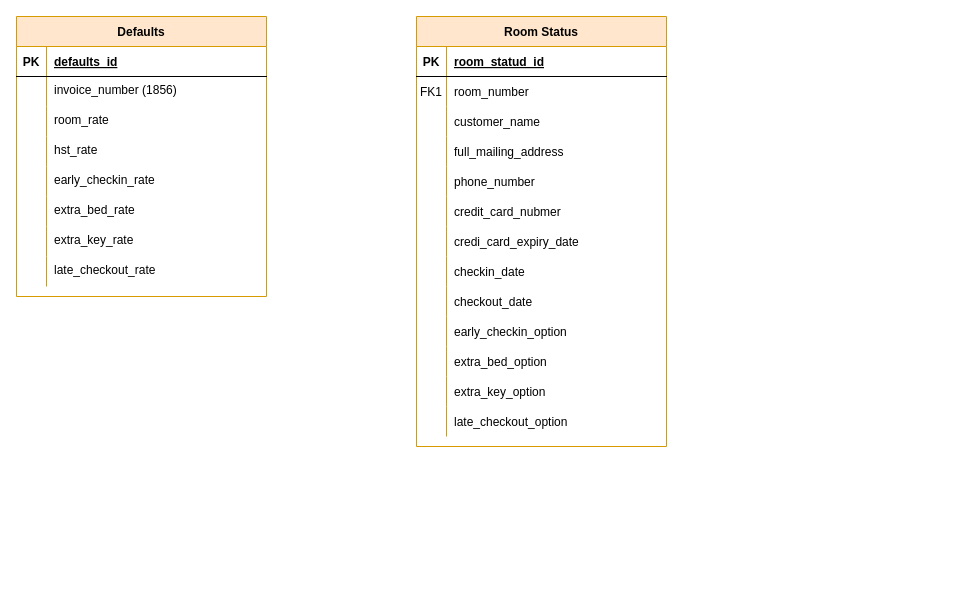
This is Untitled Diagram.drawio from Altrocore/QAP-4-FIles-DS, a draw.io file, before an edit. Source tidied: cells renumbered, new cells numbered last; positions are measured from the earlier drawing's top-left corner, leaving out a move shared by most shapes. Both pictures are drawn from the tidied source at 100%, with x=0, y=0 at pixel (16, 16).
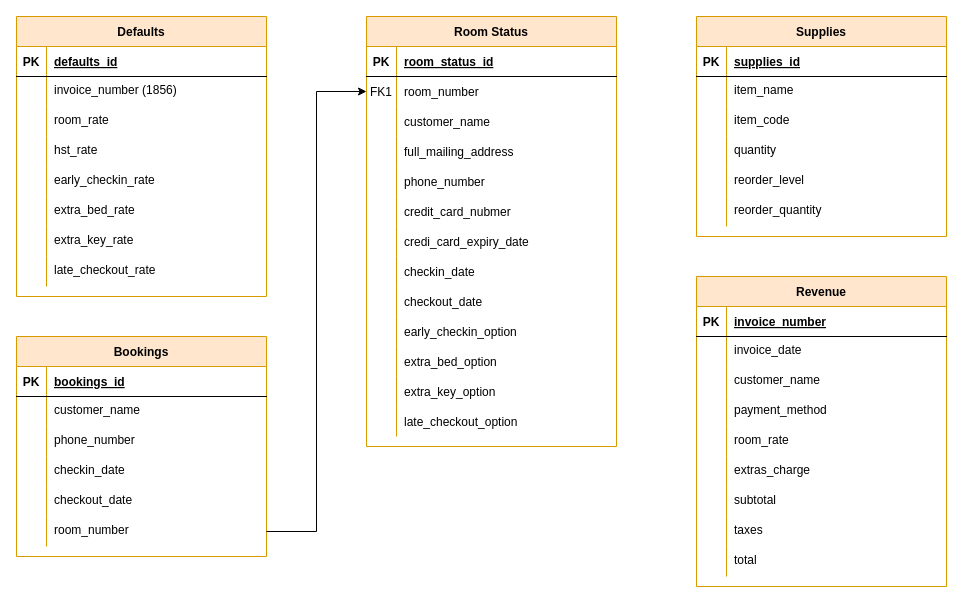
The same diagram, later.

The change refers to these unchanged cells:
```xml
<mxCell id="3" style="shape=partialRectangle;fillColor=none;top=0;left=0;right=0;bottom=1;" parent="2" vertex="1">
  <mxGeometry y="30" width="250" height="30" as="geometry" />
</mxCell>
<mxCell id="6" style="shape=partialRectangle;fillColor=none;points=[[0,0.5],[1,0.5]];portConstraint=eastwest;top=0;left=0;right=0;bottom=0;" parent="2" vertex="1">
  <mxGeometry y="60" width="250" height="30" as="geometry" />
</mxCell>
```

Change to the diagram source:
```diff
@@
     <mxCell id="2" value="Room Status" style="shape=table;startSize=30;childLayout=tableLayout;rowLines=0;fontStyle=1;align=center;fillColor=#ffe6cc;strokeColor=#d79b00;" parent="1" vertex="1">
-      <mxGeometry x="400" width="250" height="430" as="geometry" />
+      <mxGeometry x="350" width="250" height="430" as="geometry" />
     </mxCell>
@@
-    <mxCell id="5" value="room_statud_id" style="shape=partialRectangle;overflow=hidden;fillColor=none;top=0;left=0;bottom=0;right=0;align=left;spacingLeft=6;fontStyle=5;" parent="3" vertex="1">
+    <mxCell id="5" value="room_status_id" style="shape=partialRectangle;overflow=hidden;fillColor=none;top=0;left=0;bottom=0;right=0;align=left;spacingLeft=6;fontStyle=5;" parent="3" vertex="1">
       <mxGeometry x="30" width="220" height="30" as="geometry" />
     </mxCell>
@@
+    <mxCell id="67" value="Bookings" style="shape=table;startSize=30;childLayout=tableLayout;rowLines=0;fontStyle=1;align=center;fillColor=#ffe6cc;strokeColor=#d79b00;" parent="1" vertex="1">
+      <mxGeometry y="320" width="250" height="220" as="geometry" />
+    </mxCell>
+    <mxCell id="68" style="shape=partialRectangle;fillColor=none;top=0;left=0;right=0;bottom=1;" parent="67" vertex="1">
+      <mxGeometry y="30" width="250" height="30" as="geometry" />
+    </mxCell>
+    <mxCell id="69" value="PK" style="shape=partialRectangle;overflow=hidden;fillColor=none;top=0;left=0;bottom=0;right=0;fontStyle=1;" parent="68" vertex="1">
+      <mxGeometry width="30" height="30" as="geometry" />
+    </mxCell>
+    <mxCell id="70" value="bookings_id" style="shape=partialRectangle;overflow=hidden;fillColor=none;top=0;left=0;bottom=0;right=0;align=left;spacingLeft=6;fontStyle=5;" parent="68" vertex="1">
+      <mxGeometry x="30" width="220" height="30" as="geometry" />
+    </mxCell>
+    <mxCell id="71" style="shape=partialRectangle;fillColor=none;top=0;left=0;right=0;bottom=0;" parent="67" vertex="1">
+      <mxGeometry y="60" width="250" height="30" as="geometry" />
+    </mxCell>
+    <mxCell id="72" style="shape=partialRectangle;overflow=hidden;fillColor=none;top=0;left=0;bottom=0;right=0;" parent="71" vertex="1">
+      <mxGeometry width="30" height="30" as="geometry" />
+    </mxCell>
+    <mxCell id="73" value="customer_name" style="shape=partialRectangle;overflow=hidden;fillColor=none;top=0;left=0;bottom=0;right=0;align=left;spacingLeft=6;verticalAlign=top;" parent="71" vertex="1">
+      <mxGeometry x="30" width="220" height="30" as="geometry" />
+    </mxCell>
+    <mxCell id="74" style="shape=partialRectangle;fillColor=none;top=0;left=0;right=0;bottom=0;" parent="67" vertex="1">
+      <mxGeometry y="90" width="250" height="30" as="geometry" />
+    </mxCell>
+    <mxCell id="75" style="shape=partialRectangle;overflow=hidden;fillColor=none;top=0;left=0;bottom=0;right=0;" parent="74" vertex="1">
+      <mxGeometry width="30" height="30" as="geometry" />
+    </mxCell>
+    <mxCell id="76" value="phone_number" style="shape=partialRectangle;overflow=hidden;fillColor=none;top=0;left=0;bottom=0;right=0;align=left;spacingLeft=6;verticalAlign=top;" parent="74" vertex="1">
+      <mxGeometry x="30" width="220" height="30" as="geometry" />
+    </mxCell>
+    <mxCell id="77" style="shape=partialRectangle;fillColor=none;top=0;left=0;right=0;bottom=0;" parent="67" vertex="1">
+      <mxGeometry y="120" width="250" height="30" as="geometry" />
+    </mxCell>
+    <mxCell id="78" style="shape=partialRectangle;overflow=hidden;fillColor=none;top=0;left=0;bottom=0;right=0;" parent="77" vertex="1">
+      <mxGeometry width="30" height="30" as="geometry" />
+    </mxCell>
+    <mxCell id="79" value="checkin_date" style="shape=partialRectangle;overflow=hidden;fillColor=none;top=0;left=0;bottom=0;right=0;align=left;spacingLeft=6;verticalAlign=top;" parent="77" vertex="1">
+      <mxGeometry x="30" width="220" height="30" as="geometry" />
+    </mxCell>
+    <mxCell id="80" style="shape=partialRectangle;fillColor=none;top=0;left=0;right=0;bottom=0;" parent="67" vertex="1">
+      <mxGeometry y="150" width="250" height="30" as="geometry" />
+    </mxCell>
+    <mxCell id="81" style="shape=partialRectangle;overflow=hidden;fillColor=none;top=0;left=0;bottom=0;right=0;" parent="80" vertex="1">
+      <mxGeometry width="30" height="30" as="geometry" />
+    </mxCell>
+    <mxCell id="82" value="checkout_date" style="shape=partialRectangle;overflow=hidden;fillColor=none;top=0;left=0;bottom=0;right=0;align=left;spacingLeft=6;verticalAlign=top;" parent="80" vertex="1">
+      <mxGeometry x="30" width="220" height="30" as="geometry" />
+    </mxCell>
+    <mxCell id="83" style="shape=partialRectangle;fillColor=none;points=[[0,0.5],[1,0.5]];portConstraint=eastwest;top=0;left=0;right=0;bottom=0;" parent="67" vertex="1">
+      <mxGeometry y="180" width="250" height="30" as="geometry" />
+    </mxCell>
+    <mxCell id="84" style="shape=partialRectangle;overflow=hidden;fillColor=none;top=0;left=0;bottom=0;right=0;" parent="83" vertex="1">
+      <mxGeometry width="30" height="30" as="geometry" />
+    </mxCell>
+    <mxCell id="85" value="room_number" style="shape=partialRectangle;overflow=hidden;fillColor=none;top=0;left=0;bottom=0;right=0;align=left;spacingLeft=6;verticalAlign=top;" parent="83" vertex="1">
+      <mxGeometry x="30" width="220" height="30" as="geometry" />
+    </mxCell>
+    <mxCell id="86" value="Revenue" style="shape=table;startSize=30;childLayout=tableLayout;rowLines=0;fontStyle=1;align=center;fillColor=#ffe6cc;strokeColor=#d79b00;" parent="1" vertex="1">
+      <mxGeometry x="680" y="260" width="250" height="310" as="geometry" />
+    </mxCell>
+    <mxCell id="87" style="shape=partialRectangle;fillColor=none;top=0;left=0;right=0;bottom=1;" parent="86" vertex="1">
+      <mxGeometry y="30" width="250" height="30" as="geometry" />
+    </mxCell>
+    <mxCell id="88" value="PK" style="shape=partialRectangle;overflow=hidden;fillColor=none;top=0;left=0;bottom=0;right=0;fontStyle=1;" parent="87" vertex="1">
+      <mxGeometry width="30" height="30" as="geometry" />
+    </mxCell>
+    <mxCell id="89" value="invoice_number" style="shape=partialRectangle;overflow=hidden;fillColor=none;top=0;left=0;bottom=0;right=0;align=left;spacingLeft=6;fontStyle=5;" parent="87" vertex="1">
+      <mxGeometry x="30" width="220" height="30" as="geometry" />
+    </mxCell>
+    <mxCell id="90" style="shape=partialRectangle;fillColor=none;top=0;left=0;right=0;bottom=0;" parent="86" vertex="1">
+      <mxGeometry y="60" width="250" height="30" as="geometry" />
+    </mxCell>
+    <mxCell id="91" style="shape=partialRectangle;overflow=hidden;fillColor=none;top=0;left=0;bottom=0;right=0;" parent="90" vertex="1">
+      <mxGeometry width="30" height="30" as="geometry" />
+    </mxCell>
+    <mxCell id="92" value="invoice_date" style="shape=partialRectangle;overflow=hidden;fillColor=none;top=0;left=0;bottom=0;right=0;align=left;spacingLeft=6;verticalAlign=top;" parent="90" vertex="1">
+      <mxGeometry x="30" width="220" height="30" as="geometry" />
+    </mxCell>
+    <mxCell id="93" style="shape=partialRectangle;fillColor=none;top=0;left=0;right=0;bottom=0;" parent="86" vertex="1">
+      <mxGeometry y="90" width="250" height="30" as="geometry" />
+    </mxCell>
+    <mxCell id="94" style="shape=partialRectangle;overflow=hidden;fillColor=none;top=0;left=0;bottom=0;right=0;" parent="93" vertex="1">
+      <mxGeometry width="30" height="30" as="geometry" />
+    </mxCell>
+    <mxCell id="95" value="customer_name" style="shape=partialRectangle;overflow=hidden;fillColor=none;top=0;left=0;bottom=0;right=0;align=left;spacingLeft=6;verticalAlign=top;" parent="93" vertex="1">
+      <mxGeometry x="30" width="220" height="30" as="geometry" />
+    </mxCell>
+    <mxCell id="96" style="shape=partialRectangle;fillColor=none;top=0;left=0;right=0;bottom=0;" parent="86" vertex="1">
+      <mxGeometry y="120" width="250" height="30" as="geometry" />
+    </mxCell>
+    <mxCell id="97" style="shape=partialRectangle;overflow=hidden;fillColor=none;top=0;left=0;bottom=0;right=0;" parent="96" vertex="1">
+      <mxGeometry width="30" height="30" as="geometry" />
+    </mxCell>
+    <mxCell id="98" value="payment_method" style="shape=partialRectangle;overflow=hidden;fillColor=none;top=0;left=0;bottom=0;right=0;align=left;spacingLeft=6;verticalAlign=top;" parent="96" vertex="1">
+      <mxGeometry x="30" width="220" height="30" as="geometry" />
+    </mxCell>
+    <mxCell id="99" style="shape=partialRectangle;fillColor=none;top=0;left=0;right=0;bottom=0;" parent="86" vertex="1">
+      <mxGeometry y="150" width="250" height="30" as="geometry" />
+    </mxCell>
+    <mxCell id="100" style="shape=partialRectangle;overflow=hidden;fillColor=none;top=0;left=0;bottom=0;right=0;" parent="99" vertex="1">
+      <mxGeometry width="30" height="30" as="geometry" />
+    </mxCell>
+    <mxCell id="101" value="room_rate" style="shape=partialRectangle;overflow=hidden;fillColor=none;top=0;left=0;bottom=0;right=0;align=left;spacingLeft=6;verticalAlign=top;" parent="99" vertex="1">
+      <mxGeometry x="30" width="220" height="30" as="geometry" />
+    </mxCell>
+    <mxCell id="102" style="shape=partialRectangle;fillColor=none;top=0;left=0;right=0;bottom=0;" parent="86" vertex="1">
+      <mxGeometry y="180" width="250" height="30" as="geometry" />
+    </mxCell>
+    <mxCell id="103" style="shape=partialRectangle;overflow=hidden;fillColor=none;top=0;left=0;bottom=0;right=0;" parent="102" vertex="1">
+      <mxGeometry width="30" height="30" as="geometry" />
+    </mxCell>
+    <mxCell id="104" value="extras_charge" style="shape=partialRectangle;overflow=hidden;fillColor=none;top=0;left=0;bottom=0;right=0;align=left;spacingLeft=6;verticalAlign=top;" parent="102" vertex="1">
+      <mxGeometry x="30" width="220" height="30" as="geometry" />
+    </mxCell>
+    <mxCell id="105" style="shape=partialRectangle;fillColor=none;top=0;left=0;right=0;bottom=0;" parent="86" vertex="1">
+      <mxGeometry y="210" width="250" height="30" as="geometry" />
+    </mxCell>
+    <mxCell id="106" style="shape=partialRectangle;overflow=hidden;fillColor=none;top=0;left=0;bottom=0;right=0;" parent="105" vertex="1">
+      <mxGeometry width="30" height="30" as="geometry" />
+    </mxCell>
+    <mxCell id="107" value="subtotal" style="shape=partialRectangle;overflow=hidden;fillColor=none;top=0;left=0;bottom=0;right=0;align=left;spacingLeft=6;verticalAlign=top;" parent="105" vertex="1">
+      <mxGeometry x="30" width="220" height="30" as="geometry" />
+    </mxCell>
+    <mxCell id="108" style="shape=partialRectangle;fillColor=none;top=0;left=0;right=0;bottom=0;" parent="86" vertex="1">
+      <mxGeometry y="240" width="250" height="30" as="geometry" />
+    </mxCell>
+    <mxCell id="109" style="shape=partialRectangle;overflow=hidden;fillColor=none;top=0;left=0;bottom=0;right=0;" parent="108" vertex="1">
+      <mxGeometry width="30" height="30" as="geometry" />
+    </mxCell>
+    <mxCell id="110" value="taxes" style="shape=partialRectangle;overflow=hidden;fillColor=none;top=0;left=0;bottom=0;right=0;align=left;spacingLeft=6;verticalAlign=top;" parent="108" vertex="1">
+      <mxGeometry x="30" width="220" height="30" as="geometry" />
+    </mxCell>
+    <mxCell id="111" style="shape=partialRectangle;fillColor=none;top=0;left=0;right=0;bottom=0;" parent="86" vertex="1">
+      <mxGeometry y="270" width="250" height="30" as="geometry" />
+    </mxCell>
+    <mxCell id="112" style="shape=partialRectangle;overflow=hidden;fillColor=none;top=0;left=0;bottom=0;right=0;" parent="111" vertex="1">
+      <mxGeometry width="30" height="30" as="geometry" />
+    </mxCell>
+    <mxCell id="113" value="total" style="shape=partialRectangle;overflow=hidden;fillColor=none;top=0;left=0;bottom=0;right=0;align=left;spacingLeft=6;verticalAlign=top;" parent="111" vertex="1">
+      <mxGeometry x="30" width="220" height="30" as="geometry" />
+    </mxCell>
+    <mxCell id="114" value="Supplies" style="shape=table;startSize=30;childLayout=tableLayout;rowLines=0;fontStyle=1;align=center;fillColor=#ffe6cc;strokeColor=#d79b00;" parent="1" vertex="1">
+      <mxGeometry x="680" width="250" height="220" as="geometry" />
+    </mxCell>
+    <mxCell id="115" style="shape=partialRectangle;fillColor=none;top=0;left=0;right=0;bottom=1;" parent="114" vertex="1">
+      <mxGeometry y="30" width="250" height="30" as="geometry" />
+    </mxCell>
+    <mxCell id="116" value="PK" style="shape=partialRectangle;overflow=hidden;fillColor=none;top=0;left=0;bottom=0;right=0;fontStyle=1;" parent="115" vertex="1">
+      <mxGeometry width="30" height="30" as="geometry" />
+    </mxCell>
+    <mxCell id="117" value="supplies_id" style="shape=partialRectangle;overflow=hidden;fillColor=none;top=0;left=0;bottom=0;right=0;align=left;spacingLeft=6;fontStyle=5;" parent="115" vertex="1">
+      <mxGeometry x="30" width="220" height="30" as="geometry" />
+    </mxCell>
+    <mxCell id="118" style="shape=partialRectangle;fillColor=none;top=0;left=0;right=0;bottom=0;" parent="114" vertex="1">
+      <mxGeometry y="60" width="250" height="30" as="geometry" />
+    </mxCell>
+    <mxCell id="119" style="shape=partialRectangle;overflow=hidden;fillColor=none;top=0;left=0;bottom=0;right=0;" parent="118" vertex="1">
+      <mxGeometry width="30" height="30" as="geometry" />
+    </mxCell>
+    <mxCell id="120" value="item_name" style="shape=partialRectangle;overflow=hidden;fillColor=none;top=0;left=0;bottom=0;right=0;align=left;spacingLeft=6;verticalAlign=top;" parent="118" vertex="1">
+      <mxGeometry x="30" width="220" height="30" as="geometry" />
+    </mxCell>
+    <mxCell id="121" style="shape=partialRectangle;fillColor=none;top=0;left=0;right=0;bottom=0;" parent="114" vertex="1">
+      <mxGeometry y="90" width="250" height="30" as="geometry" />
+    </mxCell>
+    <mxCell id="122" style="shape=partialRectangle;overflow=hidden;fillColor=none;top=0;left=0;bottom=0;right=0;" parent="121" vertex="1">
+      <mxGeometry width="30" height="30" as="geometry" />
+    </mxCell>
+    <mxCell id="123" value="item_code" style="shape=partialRectangle;overflow=hidden;fillColor=none;top=0;left=0;bottom=0;right=0;align=left;spacingLeft=6;verticalAlign=top;" parent="121" vertex="1">
+      <mxGeometry x="30" width="220" height="30" as="geometry" />
+    </mxCell>
+    <mxCell id="124" style="shape=partialRectangle;fillColor=none;top=0;left=0;right=0;bottom=0;" parent="114" vertex="1">
+      <mxGeometry y="120" width="250" height="30" as="geometry" />
+    </mxCell>
+    <mxCell id="125" style="shape=partialRectangle;overflow=hidden;fillColor=none;top=0;left=0;bottom=0;right=0;" parent="124" vertex="1">
+      <mxGeometry width="30" height="30" as="geometry" />
+    </mxCell>
+    <mxCell id="126" value="quantity" style="shape=partialRectangle;overflow=hidden;fillColor=none;top=0;left=0;bottom=0;right=0;align=left;spacingLeft=6;verticalAlign=top;" parent="124" vertex="1">
+      <mxGeometry x="30" width="220" height="30" as="geometry" />
+    </mxCell>
+    <mxCell id="127" style="shape=partialRectangle;fillColor=none;top=0;left=0;right=0;bottom=0;" parent="114" vertex="1">
+      <mxGeometry y="150" width="250" height="30" as="geometry" />
+    </mxCell>
+    <mxCell id="128" style="shape=partialRectangle;overflow=hidden;fillColor=none;top=0;left=0;bottom=0;right=0;" parent="127" vertex="1">
+      <mxGeometry width="30" height="30" as="geometry" />
+    </mxCell>
+    <mxCell id="129" value="reorder_level" style="shape=partialRectangle;overflow=hidden;fillColor=none;top=0;left=0;bottom=0;right=0;align=left;spacingLeft=6;verticalAlign=top;" parent="127" vertex="1">
+      <mxGeometry x="30" width="220" height="30" as="geometry" />
+    </mxCell>
+    <mxCell id="130" style="shape=partialRectangle;fillColor=none;top=0;left=0;right=0;bottom=0;" parent="114" vertex="1">
+      <mxGeometry y="180" width="250" height="30" as="geometry" />
+    </mxCell>
+    <mxCell id="131" style="shape=partialRectangle;overflow=hidden;fillColor=none;top=0;left=0;bottom=0;right=0;" parent="130" vertex="1">
+      <mxGeometry width="30" height="30" as="geometry" />
+    </mxCell>
+    <mxCell id="132" value="reorder_quantity" style="shape=partialRectangle;overflow=hidden;fillColor=none;top=0;left=0;bottom=0;right=0;align=left;spacingLeft=6;verticalAlign=top;" parent="130" vertex="1">
+      <mxGeometry x="30" width="220" height="30" as="geometry" />
+    </mxCell>
+    <mxCell id="133" style="edgeStyle=orthogonalEdgeStyle;rounded=0;jettySize=auto;html=1;exitX=1;exitY=0.5;exitDx=0;exitDy=0;entryX=0;entryY=0.5;entryDx=0;entryDy=0;" parent="1" edge="1" source="83" target="6">
+      <mxGeometry relative="1" as="geometry" />
+    </mxCell>
```
